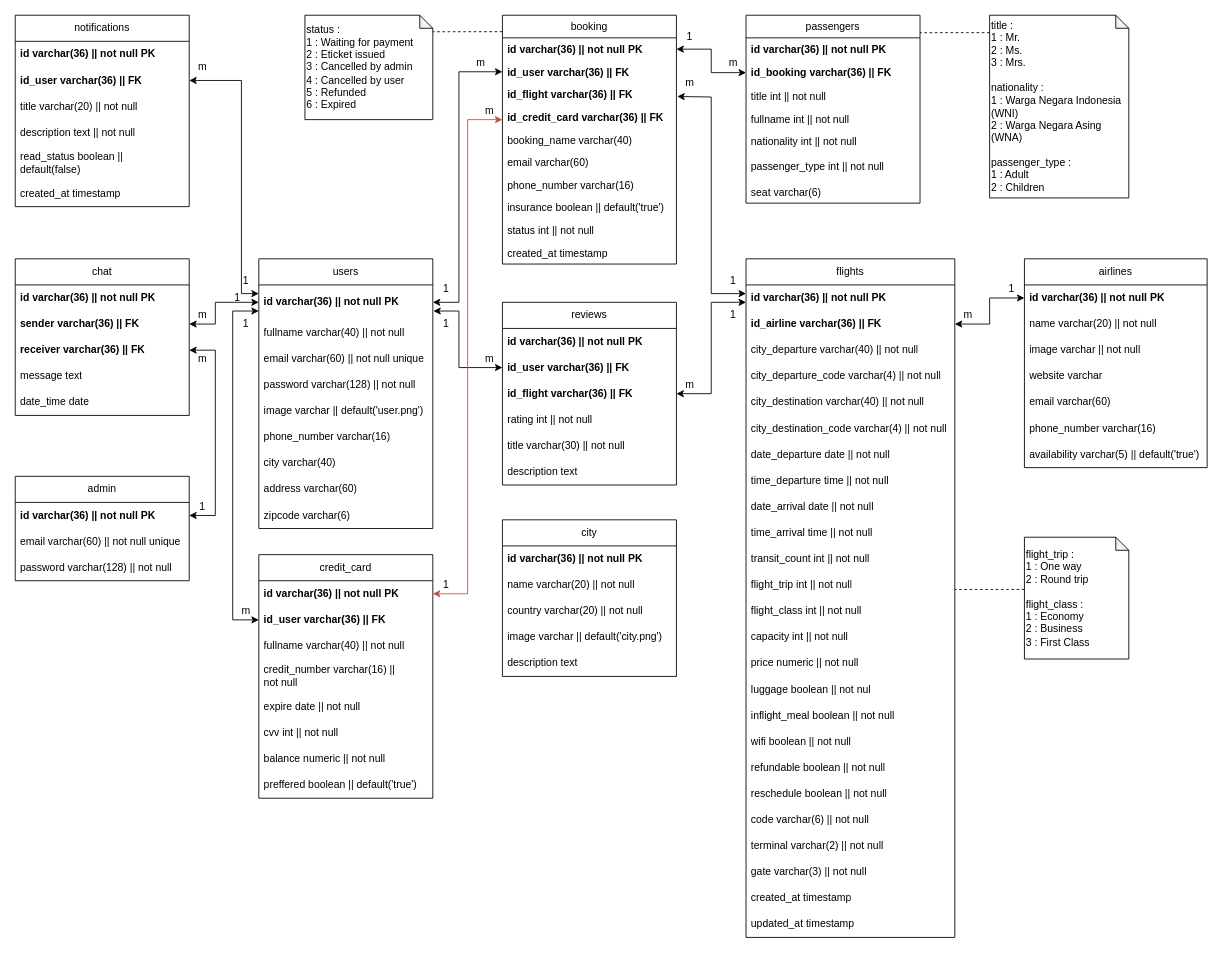
Before: docs/ankasa-database.drawio in hosealeonardo18/ankasa-backend, a draw.io diagram. Source tidied: cells renumbered, new cells numbered last; positions are measured from the earlier drawing's top-left corner, leaving out a move shared by most shapes. Both pictures are drawn from the tidied source at 87%, with x=0, y=0 at pixel (15, 15).
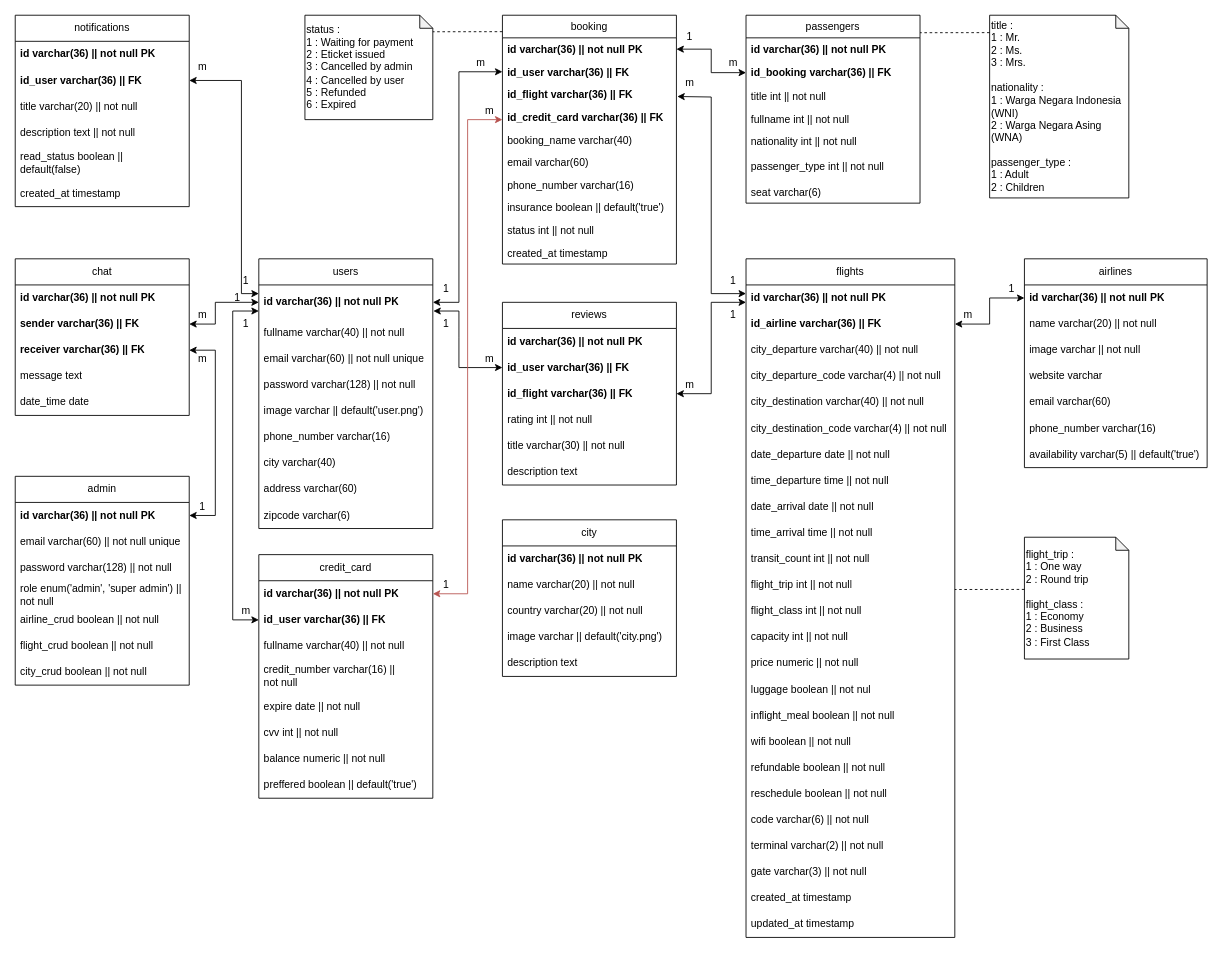
After the change.

The edit, as a diff of the source:
```diff
@@
     <mxCell id="29" value="admin" style="swimlane;fontStyle=0;horizontal=1;startSize=30;whiteSpace=wrap;html=1;" parent="1" vertex="1">
-      <mxGeometry y="530" width="200" height="120" as="geometry" />
+      <mxGeometry y="530" width="200" height="240" as="geometry" />
     </mxCell>
@@
+    <mxCell id="143" value="&lt;span style=&quot;&quot;&gt;role enum('admin', 'super admin') || not null&lt;/span&gt;" style="text;strokeColor=none;fillColor=none;align=left;verticalAlign=middle;spacingLeft=4;spacingRight=4;overflow=hidden;whiteSpace=wrap;html=1;" parent="29" vertex="1">
+      <mxGeometry y="120" width="200" height="30" as="geometry" />
+    </mxCell>
+    <mxCell id="144" value="&lt;span style=&quot;&quot;&gt;airline_crud boolean || not null&lt;/span&gt;" style="text;strokeColor=none;fillColor=none;align=left;verticalAlign=middle;spacingLeft=4;spacingRight=4;overflow=hidden;whiteSpace=wrap;html=1;" parent="29" vertex="1">
+      <mxGeometry y="150" width="200" height="30" as="geometry" />
+    </mxCell>
+    <mxCell id="145" value="&lt;span style=&quot;&quot;&gt;flight_crud boolean || not null&lt;/span&gt;" style="text;strokeColor=none;fillColor=none;align=left;verticalAlign=middle;spacingLeft=4;spacingRight=4;overflow=hidden;whiteSpace=wrap;html=1;" parent="29" vertex="1">
+      <mxGeometry y="180" width="200" height="30" as="geometry" />
+    </mxCell>
+    <mxCell id="146" value="&lt;span style=&quot;&quot;&gt;city_crud boolean || not null&lt;/span&gt;" style="text;strokeColor=none;fillColor=none;align=left;verticalAlign=middle;spacingLeft=4;spacingRight=4;overflow=hidden;whiteSpace=wrap;html=1;" parent="29" vertex="1">
+      <mxGeometry y="210" width="200" height="30" as="geometry" />
+    </mxCell>
```
